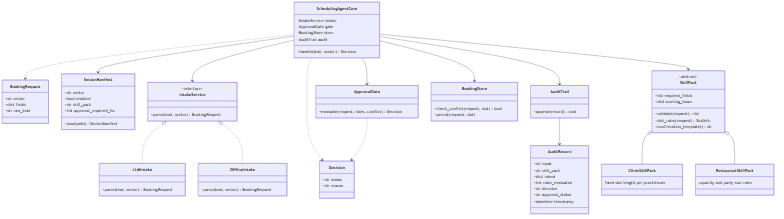
Earlier version of the Mermaid export diagrams/class-diagram.png (AhmedOmer013/eais-scheduling-agent). Its source is kept beside it as diagrams/class-diagram.mmd.
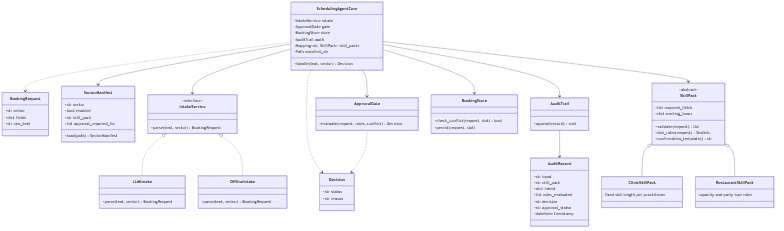
The same diagram one commit later.

Commit message:
Fix remaining diagram sync gaps found in T6 review

The edit, as a diff of the source:
```diff
@@ -63,6 +63,8 @@
         -ApprovalGate gate
         -BookingStore store
         -AuditTrail audit
+        -Mapping~str, SkillPack~ skill_packs
+        -Path manifest_dir
         +handle(text, sector) Decision
     }
 
```
